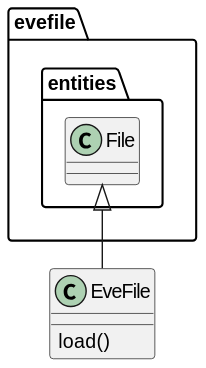
The PlantUML diagram docs/uml/evedata.evefile.boundaries.evefile.svg in tillbiskup/evedata, before a commit.
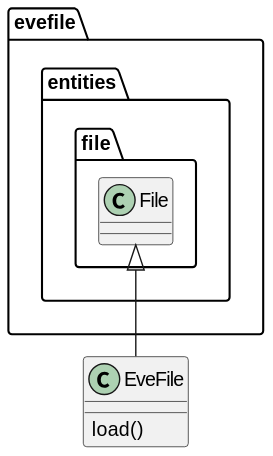
The same file after the commit.

Commit message:
Explicit numpy dependency; minor updates in architecture documentation.

The edit, as a diff of the source:
```diff
@@ -1,6 +1,6 @@
 @startuml
 
-class EveFile extends evefile.entities.File {
+class EveFile extends evefile.entities.file.File {
     load()
 }
 @enduml
```
